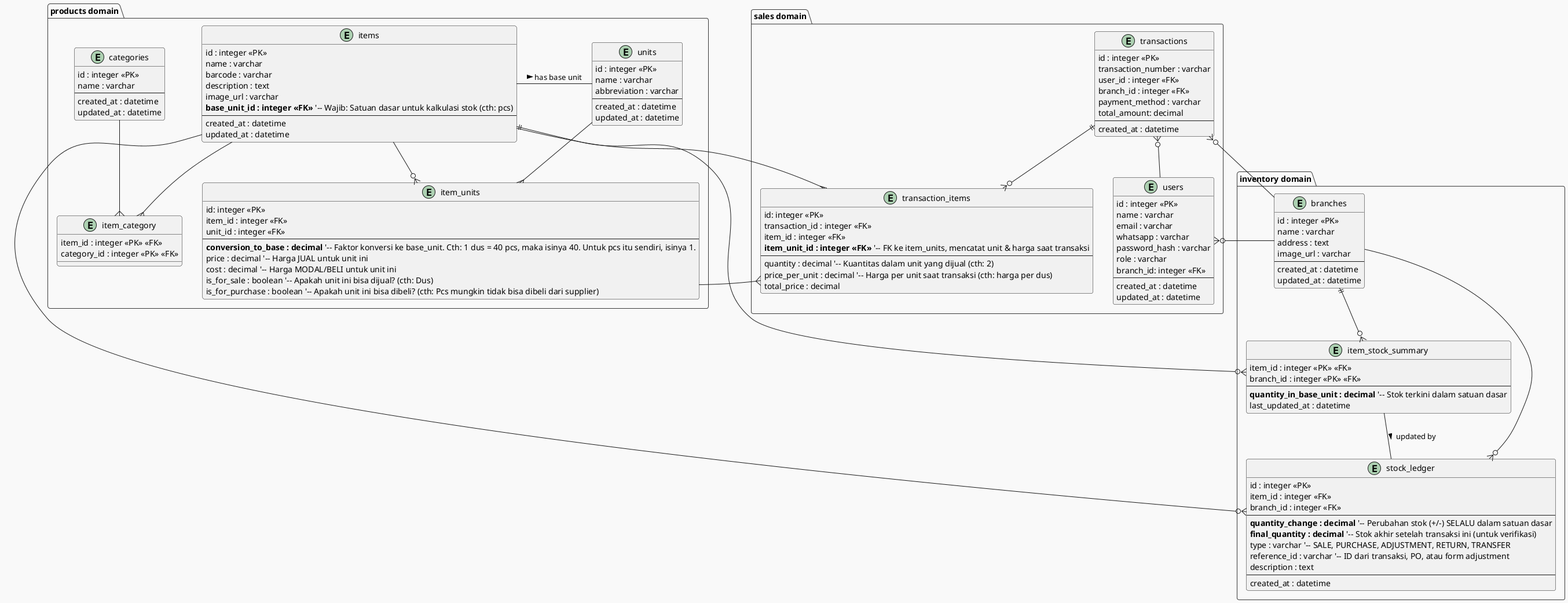
oskhar/payment-system keeps this PlantUML diagram as docs/arch/erd.png. Above is the earlier version.
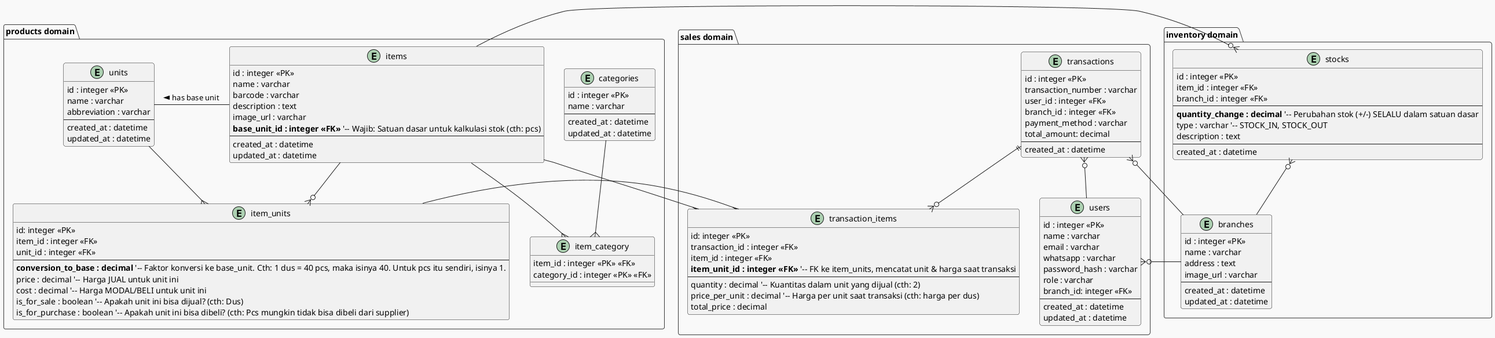
After the change.

Diff of the diagram source:
```diff
@@ -61,23 +61,13 @@
     updated_at : datetime
   }
 
-  entity "item_stock_summary" as iss {
-    item_id : integer <<PK>> <<FK>>
-    branch_id : integer <<PK>> <<FK>>
-    --
-    **quantity_in_base_unit : decimal** '-- Stok terkini dalam satuan dasar
-    last_updated_at : datetime
-  }
-
-  entity "stock_ledger" as sl {
+  entity "stocks" as sl {
     id : integer <<PK>>
     item_id : integer <<FK>>
     branch_id : integer <<FK>>
     --
     **quantity_change : decimal** '-- Perubahan stok (+/-) SELALU dalam satuan dasar
-    **final_quantity : decimal** '-- Stok akhir setelah transaksi ini (untuk verifikasi)
-    type : varchar '-- SALE, PURCHASE, ADJUSTMENT, RETURN, TRANSFER
-    reference_id : varchar '-- ID dari transaksi, PO, atau form adjustment
+    type : varchar '-- STOCK_IN, STOCK_OUT
     description : text
     --
     created_at : datetime
@@ -127,11 +117,8 @@
 u --{ iu
 i --right- u : "has base unit >"
 
-i ||--o{ iss
-b ||--o{ iss
 sl }o-- i
 sl }o-- b
-iss -- sl : "updated by >"
 
 t }o-- usr
 t }o-- b
```
